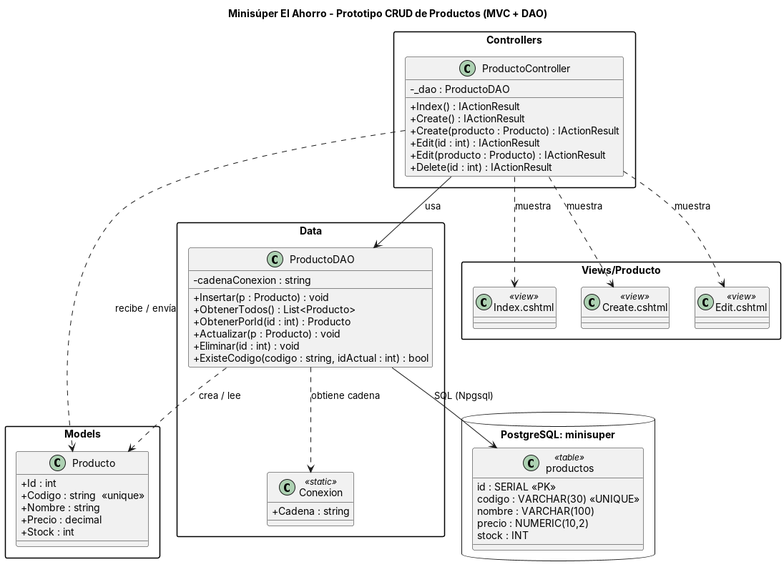
Before: BaseDatos/diagrama_clases.png, a diagram exported from PlantUML (ArielAguilera/MiniSuper-PrototipoCRUD). Its source is kept beside it as BaseDatos/diagrama_clases.puml. Source of this version:
```plantuml
@startuml DiagramaClases_MinisuperElAhorro
skinparam classAttributeIconSize 0
skinparam packageStyle rectangle
title Minisúper El Ahorro - Prototipo CRUD de Productos (MVC + DAO)

package "Models" {
  class Producto {
    + Id : int
    + Codigo : string  <<unique>>
    + Nombre : string
    + Precio : decimal
    + Stock : int
  }
}

package "Data" {
  class Conexion <<static>> {
    + Cadena : string
  }
  class ProductoDAO {
    - cadenaConexion : string
    + Insertar(p : Producto) : void
    + ObtenerTodos() : List<Producto>
    + ObtenerPorId(id : int) : Producto
    + Actualizar(p : Producto) : void
    + Eliminar(id : int) : void
    + ExisteCodigo(codigo : string, idActual : int) : bool
  }
}

package "Controllers" {
  class ProductoController {
    - _dao : ProductoDAO
    + Index() : IActionResult
    + Create() : IActionResult
    + Create(producto : Producto) : IActionResult
    + Edit(id : int) : IActionResult
    + Edit(producto : Producto) : IActionResult
    + Delete(id : int) : IActionResult
  }
}

package "Views/Producto" {
  class "Index.cshtml" as Index <<view>>
  class "Create.cshtml" as Create <<view>>
  class "Edit.cshtml" as Edit <<view>>
}

database "PostgreSQL: minisuper" as BD {
  class productos <<table>> {
    {field} id : SERIAL <<PK>>
    {field} codigo : VARCHAR(30) <<UNIQUE>>
    {field} nombre : VARCHAR(100)
    {field} precio : NUMERIC(10,2)
    {field} stock : INT
  }
}

ProductoController --> ProductoDAO : usa
ProductoController ..> Producto : recibe / envía
ProductoController ..> Index : muestra
ProductoController ..> Create : muestra
ProductoController ..> Edit : muestra
ProductoDAO ..> Producto : crea / lee
ProductoDAO ..> Conexion : obtiene cadena
ProductoDAO --> productos : SQL (Npgsql)
@enduml
```
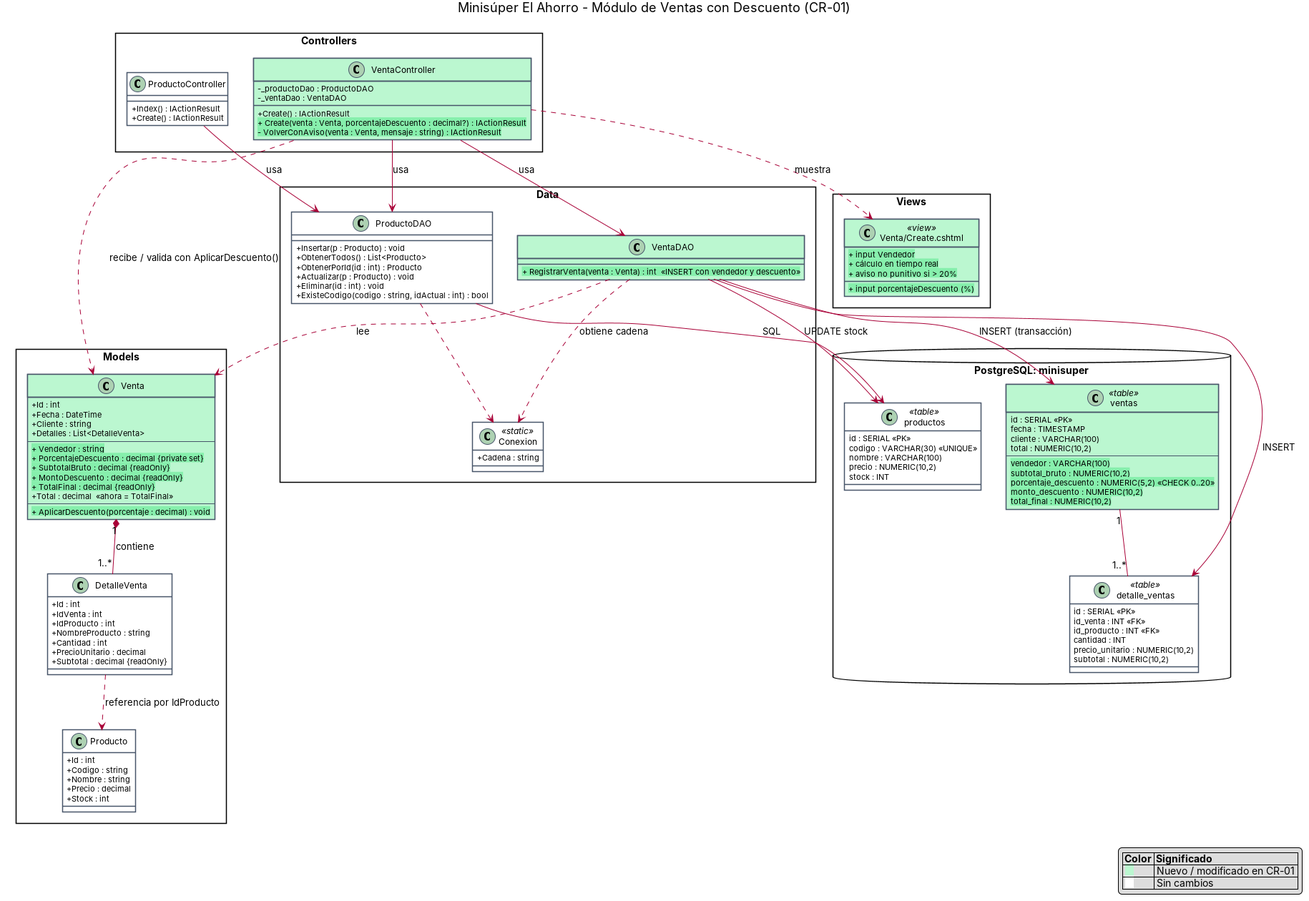
Above is the later version.

What changed in the source:
```diff
@@ -1,15 +1,52 @@
-@startuml DiagramaClases_MinisuperElAhorro
+@startuml DiagramaClases_MinisuperElAhorro_CR01
 skinparam classAttributeIconSize 0
 skinparam packageStyle rectangle
-title Minisúper El Ahorro - Prototipo CRUD de Productos (MVC + DAO)
+skinparam shadowing false
+skinparam class {
+  BackgroundColor #FFFFFF
+  BorderColor #475569
+}
+title Minisúper El Ahorro - Módulo de Ventas con Descuento (CR-01)
+
+legend right
+  |= Color |= Significado |
+  | <back:#BBF7D0>   </back> | Nuevo / modificado en CR-01 |
+  | <back:#FFFFFF>   </back> | Sin cambios |
+endlegend
 
 package "Models" {
   class Producto {
     + Id : int
-    + Codigo : string  <<unique>>
+    + Codigo : string
     + Nombre : string
     + Precio : decimal
     + Stock : int
+  }
+
+  class DetalleVenta {
+    + Id : int
+    + IdVenta : int
+    + IdProducto : int
+    + NombreProducto : string
+    + Cantidad : int
+    + PrecioUnitario : decimal
+    + Subtotal : decimal {readOnly}
+  }
+
+  class Venta #BBF7D0 {
+    + Id : int
+    + Fecha : DateTime
+    + Cliente : string
+    + Detalles : List<DetalleVenta>
+    --
+    <back:#86EFAC>+ Vendedor : string</back>
+    <back:#86EFAC>+ PorcentajeDescuento : decimal {private set}</back>
+    <back:#86EFAC>+ SubtotalBruto : decimal {readOnly}</back>
+    <back:#86EFAC>+ MontoDescuento : decimal {readOnly}</back>
+    <back:#86EFAC>+ TotalFinal : decimal {readOnly}</back>
+    + Total : decimal  <<ahora = TotalFinal>>
+    --
+    <back:#86EFAC>+ AplicarDescuento(porcentaje : decimal) : void</back>
   }
 }
 
@@ -18,7 +55,6 @@
     + Cadena : string
   }
   class ProductoDAO {
-    - cadenaConexion : string
     + Insertar(p : Producto) : void
     + ObtenerTodos() : List<Producto>
     + ObtenerPorId(id : int) : Producto
@@ -26,24 +62,32 @@
     + Eliminar(id : int) : void
     + ExisteCodigo(codigo : string, idActual : int) : bool
   }
+  class VentaDAO #BBF7D0 {
+    <back:#86EFAC>+ RegistrarVenta(venta : Venta) : int  <<INSERT con vendedor y descuento>></back>
+  }
 }
 
 package "Controllers" {
   class ProductoController {
-    - _dao : ProductoDAO
     + Index() : IActionResult
     + Create() : IActionResult
-    + Create(producto : Producto) : IActionResult
-    + Edit(id : int) : IActionResult
-    + Edit(producto : Producto) : IActionResult
-    + Delete(id : int) : IActionResult
+  }
+  class VentaController #BBF7D0 {
+    - _productoDao : ProductoDAO
+    - _ventaDao : VentaDAO
+    + Create() : IActionResult
+    <back:#86EFAC>+ Create(venta : Venta, porcentajeDescuento : decimal?) : IActionResult</back>
+    <back:#86EFAC>- VolverConAviso(venta : Venta, mensaje : string) : IActionResult</back>
   }
 }
 
-package "Views/Producto" {
-  class "Index.cshtml" as Index <<view>>
-  class "Create.cshtml" as Create <<view>>
-  class "Edit.cshtml" as Edit <<view>>
+package "Views" {
+  class "Venta/Create.cshtml" as VistaVenta <<view>> #BBF7D0 {
+    <back:#86EFAC>+ input Vendedor</back>
+    <back:#86EFAC>+ input porcentajeDescuento (%)</back>
+    <back:#86EFAC>+ cálculo en tiempo real</back>
+    <back:#86EFAC>+ aviso no punitivo si > 20%</back>
+  }
 }
 
 database "PostgreSQL: minisuper" as BD {
@@ -54,14 +98,41 @@
     {field} precio : NUMERIC(10,2)
     {field} stock : INT
   }
+  class detalle_ventas <<table>> {
+    {field} id : SERIAL <<PK>>
+    {field} id_venta : INT <<FK>>
+    {field} id_producto : INT <<FK>>
+    {field} cantidad : INT
+    {field} precio_unitario : NUMERIC(10,2)
+    {field} subtotal : NUMERIC(10,2)
+  }
+  class ventas <<table>> #BBF7D0 {
+    {field} id : SERIAL <<PK>>
+    {field} fecha : TIMESTAMP
+    {field} cliente : VARCHAR(100)
+    {field} total : NUMERIC(10,2)
+    --
+    <back:#86EFAC>{field} vendedor : VARCHAR(100)</back>
+    <back:#86EFAC>{field} subtotal_bruto : NUMERIC(10,2)</back>
+    <back:#86EFAC>{field} porcentaje_descuento : NUMERIC(5,2) <<CHECK 0..20>></back>
+    <back:#86EFAC>{field} monto_descuento : NUMERIC(10,2)</back>
+    <back:#86EFAC>{field} total_final : NUMERIC(10,2)</back>
+  }
 }
 
+Venta "1" *-- "1..*" DetalleVenta : contiene
+DetalleVenta ..> Producto : referencia por IdProducto
+VentaController --> VentaDAO : usa
+VentaController --> ProductoDAO : usa
+VentaController ..> Venta : recibe / valida con AplicarDescuento()
+VentaController ..> VistaVenta : muestra
+VentaDAO ..> Venta : lee
+VentaDAO ..> Conexion : obtiene cadena
+VentaDAO --> ventas : INSERT (transacción)
+VentaDAO --> detalle_ventas : INSERT
+VentaDAO --> productos : UPDATE stock
+ProductoDAO ..> Conexion
 ProductoController --> ProductoDAO : usa
-ProductoController ..> Producto : recibe / envía
-ProductoController ..> Index : muestra
-ProductoController ..> Create : muestra
-ProductoController ..> Edit : muestra
-ProductoDAO ..> Producto : crea / lee
-ProductoDAO ..> Conexion : obtiene cadena
-ProductoDAO --> productos : SQL (Npgsql)
+ProductoDAO --> productos : SQL
+ventas "1" -- "1..*" detalle_ventas
 @enduml
```
